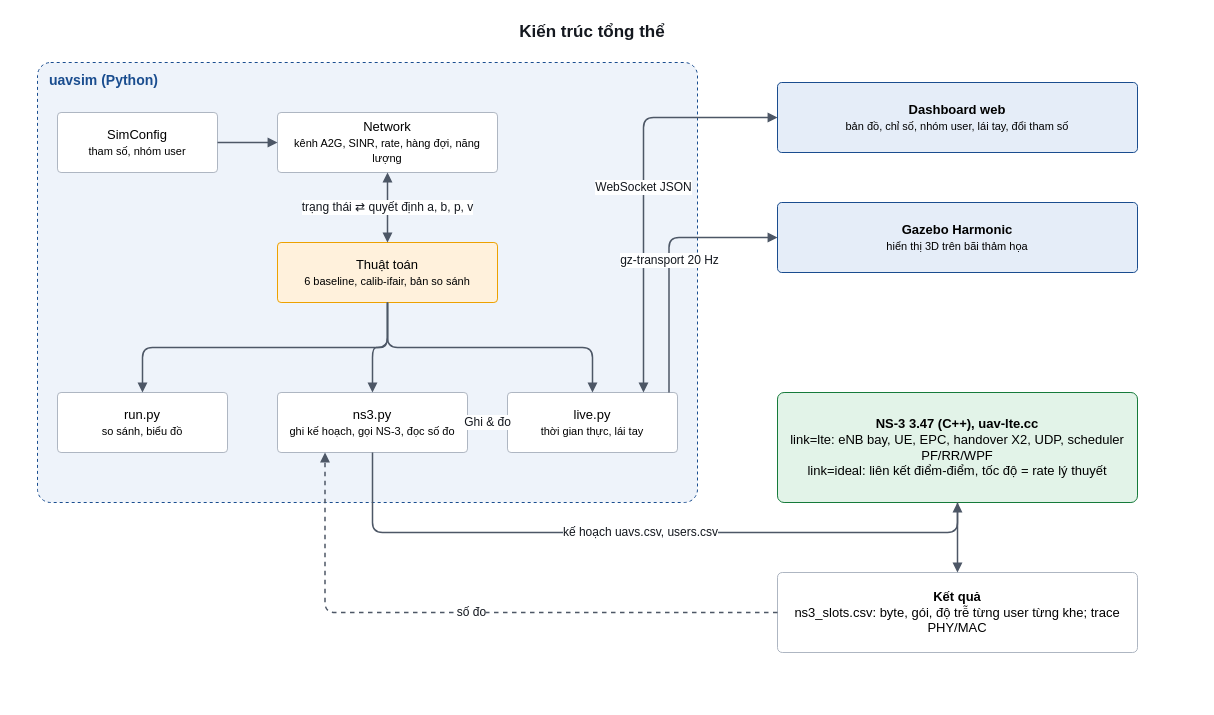
Above: docs/figures/kien_truc.drawio in vietdai-bk/N44_2026_LTM_038_056 (draw.io), before the change. Source tidied: cells renumbered, new cells numbered last; positions are measured from the earlier drawing's top-left corner, leaving out a move shared by most shapes. Both pictures are drawn from the tidied source at 100%, with x=0, y=0 at pixel (17, 17).
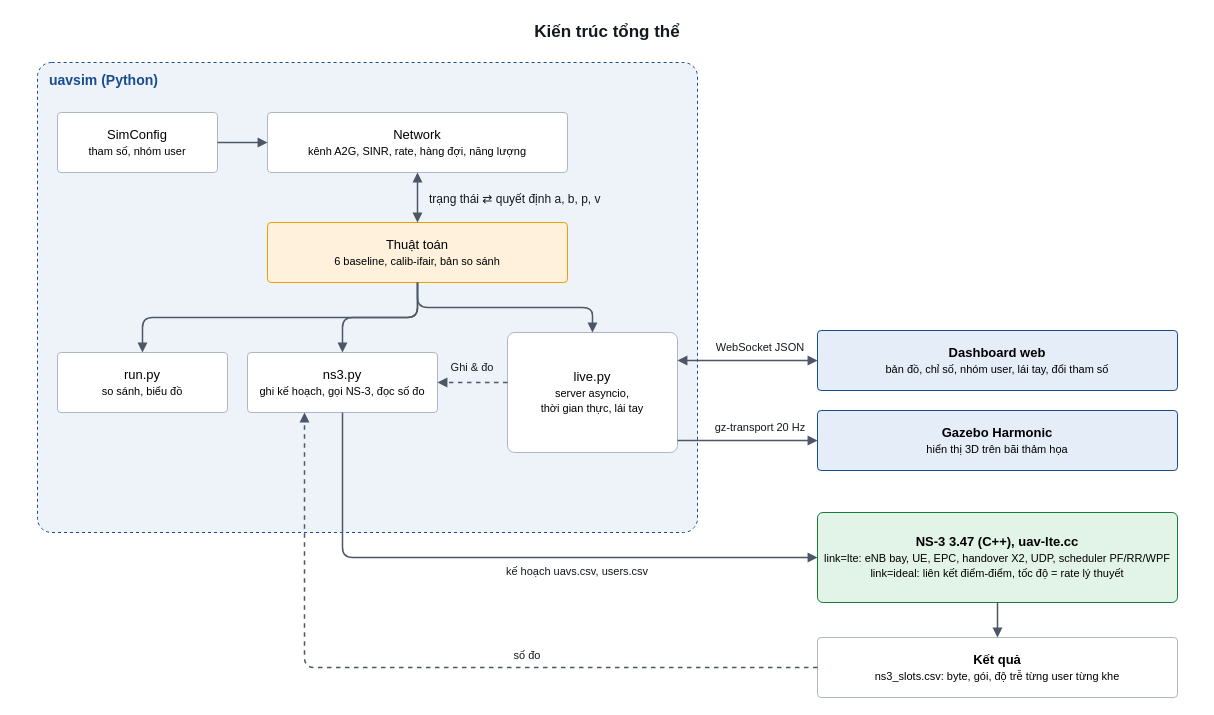
The same diagram, later.

Diff of the diagram source:
```diff
@@
     <mxCell id="2" value="Kiến trúc tổng thể" style="text;align=center;verticalAlign=middle;whiteSpace=wrap;html=1;fillColor=none;strokeColor=none;fontFamily=Helvetica;fontSize=17;fontColor=#14181f;fontStyle=1;" parent="1" vertex="1">
-      <mxGeometry width="1150" height="30" as="geometry" />
+      <mxGeometry width="1180" height="30" as="geometry" />
     </mxCell>
     <mxCell id="3" style="rounded=1;arcSize=3;dashed=1;whiteSpace=wrap;html=1;fillColor=#eef3fa;strokeColor=#1a4d8f;fontFamily=Helvetica;fontSize=13;" parent="1" vertex="1">
-      <mxGeometry x="20" y="45" width="660" height="440" as="geometry" />
+      <mxGeometry x="20" y="45" width="660" height="470" as="geometry" />
     </mxCell>
@@
     <mxCell id="6" value="Network&lt;br&gt;&lt;font style='font-size:11px'&gt;kênh A2G, SINR, rate, hàng đợi, năng lượng&lt;/font&gt;" style="rounded=1;arcSize=6;whiteSpace=wrap;html=1;fillColor=#ffffff;strokeColor=#aeb6c2;fontFamily=Helvetica;fontSize=13;" parent="1" vertex="1">
-      <mxGeometry x="260" y="95" width="220" height="60" as="geometry" />
+      <mxGeometry x="250" y="95" width="300" height="60" as="geometry" />
     </mxCell>
     <mxCell id="7" value="Thuật toán&lt;br&gt;&lt;font style='font-size:11px'&gt;6 baseline, calib-ifair, bản so sánh&lt;/font&gt;" style="rounded=1;arcSize=6;whiteSpace=wrap;html=1;fillColor=#fff1dc;strokeColor=#eda100;fontFamily=Helvetica;fontSize=13;" parent="1" vertex="1">
-      <mxGeometry x="260" y="225" width="220" height="60" as="geometry" />
+      <mxGeometry x="250" y="205" width="300" height="60" as="geometry" />
     </mxCell>
     <mxCell id="8" value="run.py&lt;br&gt;&lt;font style='font-size:11px'&gt;so sánh, biểu đồ&lt;/font&gt;" style="rounded=1;arcSize=6;whiteSpace=wrap;html=1;fillColor=#ffffff;strokeColor=#aeb6c2;fontFamily=Helvetica;fontSize=13;" parent="1" vertex="1">
-      <mxGeometry x="40" y="375" width="170" height="60" as="geometry" />
+      <mxGeometry x="40" y="335" width="170" height="60" as="geometry" />
     </mxCell>
     <mxCell id="9" value="ns3.py&lt;br&gt;&lt;font style='font-size:11px'&gt;ghi kế hoạch, gọi NS-3, đọc số đo&lt;/font&gt;" style="rounded=1;arcSize=6;whiteSpace=wrap;html=1;fillColor=#ffffff;strokeColor=#aeb6c2;fontFamily=Helvetica;fontSize=13;" parent="1" vertex="1">
-      <mxGeometry x="260" y="375" width="190" height="60" as="geometry" />
+      <mxGeometry x="230" y="335" width="190" height="60" as="geometry" />
     </mxCell>
-    <mxCell id="10" value="live.py&lt;br&gt;&lt;font style='font-size:11px'&gt;thời gian thực, lái tay&lt;/font&gt;" style="rounded=1;arcSize=6;whiteSpace=wrap;html=1;fillColor=#ffffff;strokeColor=#aeb6c2;fontFamily=Helvetica;fontSize=13;" parent="1" vertex="1">
-      <mxGeometry x="490" y="375" width="170" height="60" as="geometry" />
+    <mxCell id="10" value="live.py&lt;br&gt;&lt;font style='font-size:11px'&gt;server asyncio,&lt;br&gt;thời gian thực, lái tay&lt;/font&gt;" style="rounded=1;arcSize=6;whiteSpace=wrap;html=1;fillColor=#ffffff;strokeColor=#aeb6c2;fontFamily=Helvetica;fontSize=13;" parent="1" vertex="1">
+      <mxGeometry x="490" y="315" width="170" height="120" as="geometry" />
     </mxCell>
@@
-    <mxCell id="12" value="trạng thái ⇄ quyết định a, b, p, v" style="edgeStyle=orthogonalEdgeStyle;rounded=1;html=1;strokeColor=#4d5766;strokeWidth=1.5;endArrow=block;fontFamily=Helvetica;fontSize=12;fontColor=#14181f;labelBackgroundColor=#ffffff;startArrow=block;" parent="1" edge="1" source="7" target="6">
+    <mxCell id="12" style="edgeStyle=orthogonalEdgeStyle;rounded=1;html=1;strokeColor=#4d5766;strokeWidth=1.5;endArrow=block;fontFamily=Helvetica;fontSize=12;fontColor=#14181f;labelBackgroundColor=#ffffff;startArrow=block;" parent="1" edge="1" source="7" target="6">
       <mxGeometry relative="1" as="geometry" />
     </mxCell>
-    <mxCell id="13" style="edgeStyle=orthogonalEdgeStyle;rounded=1;html=1;strokeColor=#4d5766;strokeWidth=1.5;endArrow=block;fontFamily=Helvetica;fontSize=12;fontColor=#14181f;labelBackgroundColor=#ffffff;exitX=0.5;exitY=1;exitDx=0;exitDy=0;entryX=0.5;entryY=0;entryDx=0;entryDy=0;" parent="1" edge="1" source="7" target="8">
-      <mxGeometry relative="1" as="geometry" />
+    <mxCell id="13" value="trạng thái ⇄ quyết định a, b, p, v" style="text;align=left;verticalAlign=middle;whiteSpace=wrap;html=1;fillColor=none;strokeColor=none;fontFamily=Helvetica;fontSize=12;fontColor=#14181f;" parent="1" vertex="1">
+      <mxGeometry x="410" y="167" width="270" height="30" as="geometry" />
     </mxCell>
-    <mxCell id="14" style="edgeStyle=orthogonalEdgeStyle;rounded=1;html=1;strokeColor=#4d5766;strokeWidth=1.5;endArrow=block;fontFamily=Helvetica;fontSize=12;fontColor=#14181f;labelBackgroundColor=#ffffff;exitX=0.5;exitY=1;exitDx=0;exitDy=0;entryX=0.5;entryY=0;entryDx=0;entryDy=0;" parent="1" edge="1" source="7" target="9">
+    <mxCell id="14" style="edgeStyle=orthogonalEdgeStyle;rounded=1;html=1;strokeColor=#4d5766;strokeWidth=1.5;endArrow=block;fontFamily=Helvetica;fontSize=12;fontColor=#14181f;labelBackgroundColor=#ffffff;exitX=0.5;exitY=1;exitDx=0;exitDy=0;entryX=0.5;entryY=0;entryDx=0;entryDy=0;" parent="1" edge="1" source="7" target="8">
       <mxGeometry relative="1" as="geometry" />
     </mxCell>
-    <mxCell id="15" style="edgeStyle=orthogonalEdgeStyle;rounded=1;html=1;strokeColor=#4d5766;strokeWidth=1.5;endArrow=block;fontFamily=Helvetica;fontSize=12;fontColor=#14181f;labelBackgroundColor=#ffffff;exitX=0.5;exitY=1;exitDx=0;exitDy=0;entryX=0.5;entryY=0;entryDx=0;entryDy=0;" parent="1" edge="1" source="7" target="10">
+    <mxCell id="15" style="edgeStyle=orthogonalEdgeStyle;rounded=1;html=1;strokeColor=#4d5766;strokeWidth=1.5;endArrow=block;fontFamily=Helvetica;fontSize=12;fontColor=#14181f;labelBackgroundColor=#ffffff;exitX=0.5;exitY=1;exitDx=0;exitDy=0;entryX=0.5;entryY=0;entryDx=0;entryDy=0;" parent="1" edge="1" source="7" target="9">
       <mxGeometry relative="1" as="geometry" />
     </mxCell>
-    <mxCell id="16" value="&lt;b&gt;Dashboard web&lt;/b&gt;&lt;br&gt;&lt;font style='font-size:11px'&gt;bản đồ, chỉ số, nhóm user, lái tay, đổi tham số&lt;/font&gt;" style="rounded=1;arcSize=6;whiteSpace=wrap;html=1;fillColor=#e5edf8;strokeColor=#1a4d8f;fontFamily=Helvetica;fontSize=13;" parent="1" vertex="1">
-      <mxGeometry x="760" y="65" width="360" height="70" as="geometry" />
+    <mxCell id="16" style="edgeStyle=orthogonalEdgeStyle;rounded=1;html=1;strokeColor=#4d5766;strokeWidth=1.5;endArrow=block;fontFamily=Helvetica;fontSize=12;fontColor=#14181f;labelBackgroundColor=#ffffff;exitX=0.5;exitY=1;exitDx=0;exitDy=0;entryX=0.5;entryY=0;entryDx=0;entryDy=0;" parent="1" edge="1" source="7" target="10">
+      <mxGeometry relative="1" as="geometry" />
     </mxCell>
-    <mxCell id="17" value="&lt;b&gt;Gazebo Harmonic&lt;/b&gt;&lt;br&gt;&lt;font style='font-size:11px'&gt;hiển thị 3D trên bãi thảm họa&lt;/font&gt;" style="rounded=1;arcSize=6;whiteSpace=wrap;html=1;fillColor=#e5edf8;strokeColor=#1a4d8f;fontFamily=Helvetica;fontSize=13;" parent="1" vertex="1">
-      <mxGeometry x="760" y="185" width="360" height="70" as="geometry" />
+    <mxCell id="17" value="&lt;b&gt;Dashboard web&lt;/b&gt;&lt;br&gt;&lt;font style='font-size:11px'&gt;bản đồ, chỉ số, nhóm user, lái tay, đổi tham số&lt;/font&gt;" style="rounded=1;arcSize=6;whiteSpace=wrap;html=1;fillColor=#e5edf8;strokeColor=#1a4d8f;fontFamily=Helvetica;fontSize=13;" parent="1" vertex="1">
+      <mxGeometry x="800" y="313" width="360" height="60" as="geometry" />
     </mxCell>
-    <mxCell id="18" value="&lt;b&gt;NS-3 3.47 (C++), uav-lte.cc&lt;/b&gt;&lt;br&gt;link=lte: eNB bay, UE, EPC, handover X2, UDP, scheduler PF/RR/WPF&lt;br&gt;link=ideal: liên kết điểm-điểm, tốc độ = rate lý thuyết" style="rounded=1;arcSize=6;whiteSpace=wrap;html=1;fillColor=#e2f3e8;strokeColor=#157a3a;fontFamily=Helvetica;fontSize=13;" parent="1" vertex="1">
-      <mxGeometry x="760" y="375" width="360" height="110" as="geometry" />
+    <mxCell id="18" value="&lt;b&gt;Gazebo Harmonic&lt;/b&gt;&lt;br&gt;&lt;font style='font-size:11px'&gt;hiển thị 3D trên bãi thảm họa&lt;/font&gt;" style="rounded=1;arcSize=6;whiteSpace=wrap;html=1;fillColor=#e5edf8;strokeColor=#1a4d8f;fontFamily=Helvetica;fontSize=13;" parent="1" vertex="1">
+      <mxGeometry x="800" y="393" width="360" height="60" as="geometry" />
     </mxCell>
-    <mxCell id="19" value="&lt;b&gt;Kết quả&lt;/b&gt;&lt;br&gt;ns3_slots.csv: byte, gói, độ trễ từng user từng khe; trace PHY/MAC" style="rounded=1;arcSize=6;whiteSpace=wrap;html=1;fillColor=#ffffff;strokeColor=#aeb6c2;fontFamily=Helvetica;fontSize=13;" parent="1" vertex="1">
-      <mxGeometry x="760" y="555" width="360" height="80" as="geometry" />
+    <mxCell id="19" value="&lt;b&gt;NS-3 3.47 (C++), uav-lte.cc&lt;/b&gt;&lt;br&gt;&lt;font style='font-size:11px'&gt;link=lte: eNB bay, UE, EPC, handover X2, UDP, scheduler PF/RR/WPF&lt;br&gt;link=ideal: liên kết điểm-điểm, tốc độ = rate lý thuyết&lt;/font&gt;" style="rounded=1;arcSize=6;whiteSpace=wrap;html=1;fillColor=#e2f3e8;strokeColor=#157a3a;fontFamily=Helvetica;fontSize=13;" parent="1" vertex="1">
+      <mxGeometry x="800" y="495" width="360" height="90" as="geometry" />
     </mxCell>
-    <mxCell id="20" value="WebSocket JSON" style="edgeStyle=orthogonalEdgeStyle;rounded=1;html=1;strokeColor=#4d5766;strokeWidth=1.5;endArrow=block;fontFamily=Helvetica;fontSize=12;fontColor=#14181f;labelBackgroundColor=#ffffff;startArrow=block;exitX=0.8;exitY=0;exitDx=0;exitDy=0;entryX=0;entryY=0.5;entryDx=0;entryDy=0;" parent="1" edge="1" source="10" target="16">
-      <mxGeometry relative="1" as="geometry">
-        <Array as="points">
-          <mxPoint x="626" y="100" />
-        </Array>
-      </mxGeometry>
+    <mxCell id="20" value="&lt;b&gt;Kết quả&lt;/b&gt;&lt;br&gt;&lt;font style='font-size:11px'&gt;ns3_slots.csv: byte, gói, độ trễ từng user từng khe&lt;/font&gt;" style="rounded=1;arcSize=6;whiteSpace=wrap;html=1;fillColor=#ffffff;strokeColor=#aeb6c2;fontFamily=Helvetica;fontSize=13;" parent="1" vertex="1">
+      <mxGeometry x="800" y="620" width="360" height="60" as="geometry" />
     </mxCell>
-    <mxCell id="21" value="gz-transport 20 Hz" style="edgeStyle=orthogonalEdgeStyle;rounded=1;html=1;strokeColor=#4d5766;strokeWidth=1.5;endArrow=block;fontFamily=Helvetica;fontSize=12;fontColor=#14181f;labelBackgroundColor=#ffffff;exitX=0.95;exitY=0;exitDx=0;exitDy=0;entryX=0;entryY=0.5;entryDx=0;entryDy=0;" parent="1" edge="1" source="10" target="17">
-      <mxGeometry relative="1" as="geometry">
-        <Array as="points">
-          <mxPoint x="651" y="220" />
-        </Array>
-      </mxGeometry>
+    <mxCell id="21" style="edgeStyle=orthogonalEdgeStyle;rounded=1;html=1;strokeColor=#4d5766;strokeWidth=1.5;endArrow=block;fontFamily=Helvetica;fontSize=12;fontColor=#14181f;labelBackgroundColor=#ffffff;startArrow=block;exitX=1;exitY=0.233;exitDx=0;exitDy=0;entryX=0;entryY=0.5;entryDx=0;entryDy=0;" parent="1" edge="1" source="10" target="17">
+      <mxGeometry relative="1" as="geometry" />
     </mxCell>
-    <mxCell id="22" value="kế hoạch uavs.csv, users.csv" style="edgeStyle=orthogonalEdgeStyle;rounded=1;html=1;strokeColor=#4d5766;strokeWidth=1.5;endArrow=block;fontFamily=Helvetica;fontSize=12;fontColor=#14181f;labelBackgroundColor=#ffffff;exitX=0.5;exitY=1;exitDx=0;exitDy=0;entryX=0.5;entryY=1;entryDx=0;entryDy=0;" parent="1" edge="1" source="9" target="18">
-      <mxGeometry relative="1" as="geometry">
-        <Array as="points">
-          <mxPoint x="355" y="515" />
-          <mxPoint x="940" y="515" />
-        </Array>
-      </mxGeometry>
+    <mxCell id="22" value="WebSocket JSON" style="text;align=center;verticalAlign=middle;whiteSpace=wrap;html=1;fillColor=none;strokeColor=none;fontFamily=Helvetica;fontSize=11;fontColor=#14181f;" parent="1" vertex="1">
+      <mxGeometry x="688" y="321" width="110" height="18" as="geometry" />
     </mxCell>
-    <mxCell id="23" style="edgeStyle=orthogonalEdgeStyle;rounded=1;html=1;strokeColor=#4d5766;strokeWidth=1.5;endArrow=block;fontFamily=Helvetica;fontSize=12;fontColor=#14181f;labelBackgroundColor=#ffffff;" parent="1" edge="1" source="18" target="19">
+    <mxCell id="23" style="edgeStyle=orthogonalEdgeStyle;rounded=1;html=1;strokeColor=#4d5766;strokeWidth=1.5;endArrow=block;fontFamily=Helvetica;fontSize=12;fontColor=#14181f;labelBackgroundColor=#ffffff;exitX=1;exitY=0.9;exitDx=0;exitDy=0;entryX=0;entryY=0.5;entryDx=0;entryDy=0;" parent="1" edge="1" source="10" target="18">
       <mxGeometry relative="1" as="geometry" />
     </mxCell>
-    <mxCell id="24" value="số đo" style="edgeStyle=orthogonalEdgeStyle;rounded=1;html=1;strokeColor=#4d5766;strokeWidth=1.5;endArrow=block;fontFamily=Helvetica;fontSize=12;fontColor=#14181f;labelBackgroundColor=#ffffff;dashed=1;exitX=0;exitY=0.5;exitDx=0;exitDy=0;entryX=0.25;entryY=1;entryDx=0;entryDy=0;" parent="1" edge="1" source="19" target="9">
-      <mxGeometry relative="1" as="geometry">
-        <Array as="points">
-          <mxPoint x="307" y="595" />
-        </Array>
-      </mxGeometry>
+    <mxCell id="24" value="gz-transport 20 Hz" style="text;align=center;verticalAlign=middle;whiteSpace=wrap;html=1;fillColor=none;strokeColor=none;fontFamily=Helvetica;fontSize=11;fontColor=#14181f;" parent="1" vertex="1">
+      <mxGeometry x="688" y="401" width="110" height="18" as="geometry" />
     </mxCell>
-    <mxCell id="25" value="Ghi &amp; đo" style="edgeStyle=orthogonalEdgeStyle;rounded=1;html=1;strokeColor=#4d5766;strokeWidth=1.5;endArrow=block;fontFamily=Helvetica;fontSize=12;fontColor=#14181f;labelBackgroundColor=#ffffff;dashed=1;" parent="1" edge="1" source="10" target="9">
+    <mxCell id="25" style="edgeStyle=orthogonalEdgeStyle;rounded=1;html=1;strokeColor=#4d5766;strokeWidth=1.5;endArrow=block;fontFamily=Helvetica;fontSize=12;fontColor=#14181f;labelBackgroundColor=#ffffff;dashed=1;exitX=0;exitY=0.417;exitDx=0;exitDy=0;entryX=1;entryY=0.5;entryDx=0;entryDy=0;" parent="1" edge="1" source="10" target="9">
       <mxGeometry relative="1" as="geometry" />
     </mxCell>
+    <mxCell id="26" value="Ghi &amp;amp; đo" style="text;align=center;verticalAlign=middle;whiteSpace=wrap;html=1;fillColor=none;strokeColor=none;fontFamily=Helvetica;fontSize=11;fontColor=#14181f;" parent="1" vertex="1">
+      <mxGeometry x="420" y="341" width="70" height="18" as="geometry" />
+    </mxCell>
+    <mxCell id="27" style="edgeStyle=orthogonalEdgeStyle;rounded=1;html=1;strokeColor=#4d5766;strokeWidth=1.5;endArrow=block;fontFamily=Helvetica;fontSize=12;fontColor=#14181f;labelBackgroundColor=#ffffff;exitX=0.5;exitY=1;exitDx=0;exitDy=0;entryX=0;entryY=0.5;entryDx=0;entryDy=0;" parent="1" edge="1" source="9" target="19">
+      <mxGeometry relative="1" as="geometry">
+        <Array as="points">
+          <mxPoint x="325" y="540" />
+        </Array>
+      </mxGeometry>
+    </mxCell>
+    <mxCell id="28" value="kế hoạch uavs.csv, users.csv" style="text;align=center;verticalAlign=middle;whiteSpace=wrap;html=1;fillColor=none;strokeColor=none;fontFamily=Helvetica;fontSize=11;fontColor=#14181f;" parent="1" vertex="1">
+      <mxGeometry x="440" y="545" width="240" height="18" as="geometry" />
+    </mxCell>
+    <mxCell id="29" style="edgeStyle=orthogonalEdgeStyle;rounded=1;html=1;strokeColor=#4d5766;strokeWidth=1.5;endArrow=block;fontFamily=Helvetica;fontSize=12;fontColor=#14181f;labelBackgroundColor=#ffffff;" parent="1" edge="1" source="19" target="20">
+      <mxGeometry relative="1" as="geometry" />
+    </mxCell>
+    <mxCell id="30" style="edgeStyle=orthogonalEdgeStyle;rounded=1;html=1;strokeColor=#4d5766;strokeWidth=1.5;endArrow=block;fontFamily=Helvetica;fontSize=12;fontColor=#14181f;labelBackgroundColor=#ffffff;dashed=1;exitX=0;exitY=0.5;exitDx=0;exitDy=0;entryX=0.3;entryY=1;entryDx=0;entryDy=0;" parent="1" edge="1" source="20" target="9">
+      <mxGeometry relative="1" as="geometry">
+        <Array as="points">
+          <mxPoint x="287" y="650" />
+        </Array>
+      </mxGeometry>
+    </mxCell>
+    <mxCell id="31" value="số đo" style="text;align=center;verticalAlign=middle;whiteSpace=wrap;html=1;fillColor=none;strokeColor=none;fontFamily=Helvetica;fontSize=11;fontColor=#14181f;" parent="1" vertex="1">
+      <mxGeometry x="470" y="629" width="80" height="18" as="geometry" />
+    </mxCell>
```
